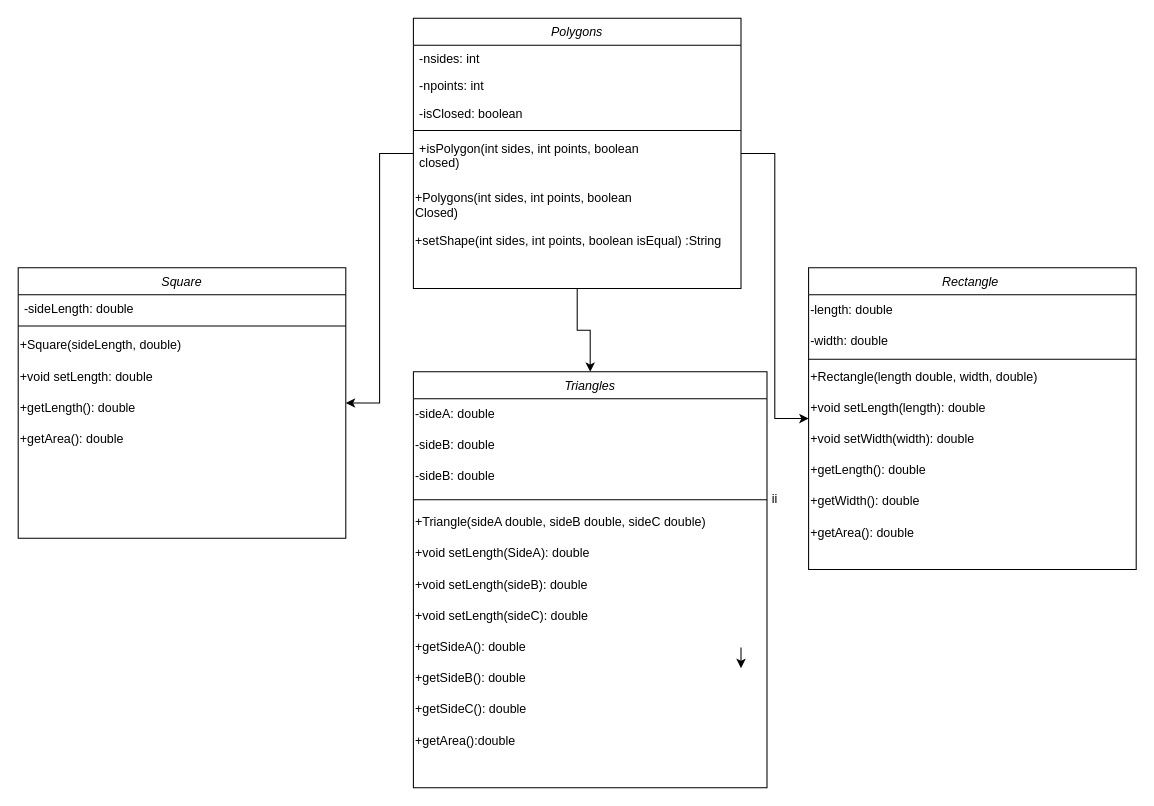
Before: Untitled Diagram.drawio in themonster12211/themonster12211, a draw.io diagram. Source tidied: cells renumbered, new cells numbered last; positions are measured from the earlier drawing's top-left corner, leaving out a move shared by most shapes. Both pictures are drawn from the tidied source at 104%, with x=0, y=0 at pixel (18, 18).
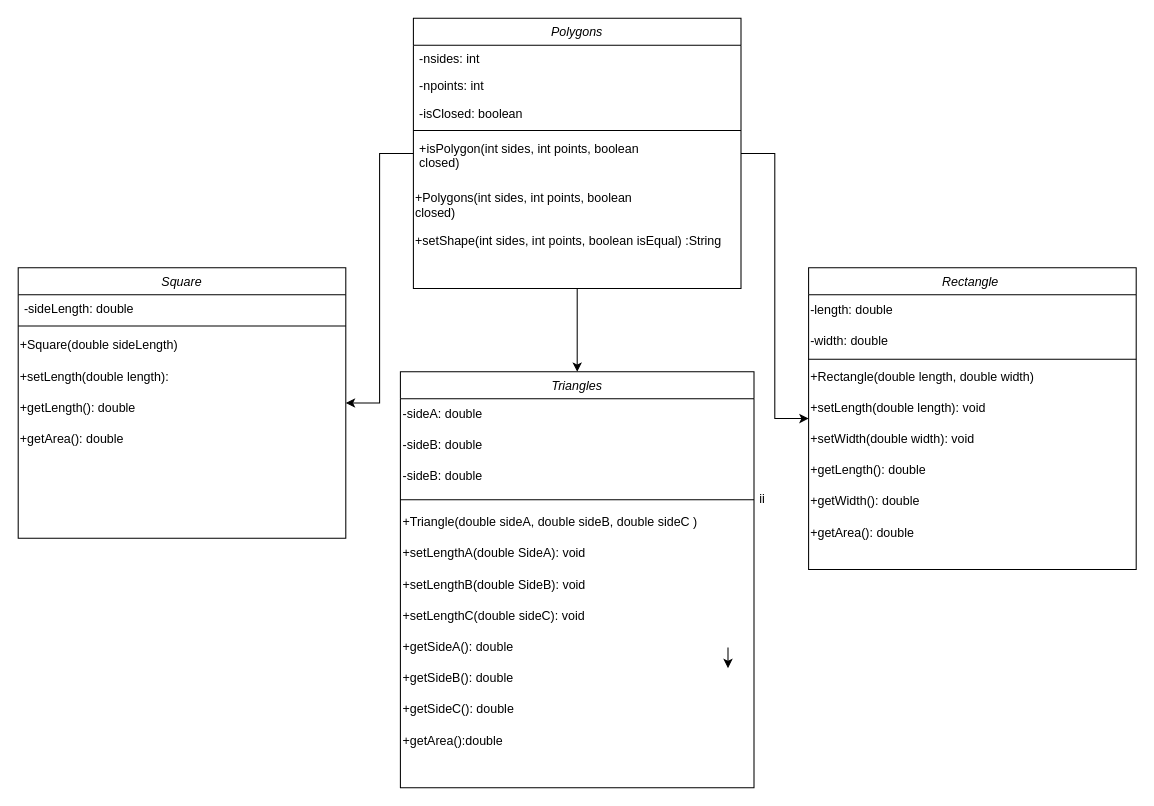
The same page after the edit.

The change refers to these unchanged cells:
```xml
<mxCell id="5" value="Polygons" style="swimlane;fontStyle=2;align=center;verticalAlign=top;horizontal=1;startSize=26;rounded=0;shadow=0;strokeWidth=1;" parent="1" vertex="1">
  <mxGeometry x="380" width="315" height="260" as="geometry" />
</mxCell>
<mxCell id="13" value="Rectangle " style="swimlane;fontStyle=2;align=center;verticalAlign=top;horizontal=1;startSize=26;rounded=0;shadow=0;strokeWidth=1;" parent="1" vertex="1">
  <mxGeometry x="760" y="240" width="315" height="290" as="geometry" />
</mxCell>
<mxCell id="23" value="Square" style="swimlane;fontStyle=2;align=center;verticalAlign=top;horizontal=1;startSize=26;rounded=0;shadow=0;strokeWidth=1;" parent="1" vertex="1">
  <mxGeometry y="240" width="315" height="260" as="geometry" />
</mxCell>
```

The edit, as a diff of the source:
```diff
@@
-    <mxCell id="11" value="&lt;div style=&quot;&quot;&gt;&lt;span style=&quot;background-color: initial;&quot;&gt;+Polygons(int sides, int points, boolean&amp;nbsp;&lt;/span&gt;&lt;/div&gt;Closed)" style="text;html=1;align=left;verticalAlign=middle;strokeColor=none;fillColor=none;" parent="5" vertex="1">
+    <mxCell id="11" value="&lt;div style=&quot;&quot;&gt;&lt;span style=&quot;background-color: initial;&quot;&gt;+Polygons(int sides, int points, boolean&amp;nbsp;&lt;/span&gt;&lt;/div&gt;closed)" style="text;html=1;align=left;verticalAlign=middle;strokeColor=none;fillColor=none;" parent="5" vertex="1">
       <mxGeometry y="160" width="315" height="40" as="geometry" />
     </mxCell>
@@
-    <mxCell id="17" value="+Rectangle(length double, width, double)" style="text;html=1;align=left;verticalAlign=middle;strokeColor=none;fillColor=none;" parent="13" vertex="1">
+    <mxCell id="17" value="+Rectangle(double length, double width)" style="text;html=1;align=left;verticalAlign=middle;strokeColor=none;fillColor=none;" parent="13" vertex="1">
       <mxGeometry y="90" width="315" height="30" as="geometry" />
     </mxCell>
-    <mxCell id="18" value="+void setLength(length): double" style="text;html=1;align=left;verticalAlign=middle;strokeColor=none;fillColor=none;" parent="13" vertex="1">
+    <mxCell id="18" value="+setLength(double length): void" style="text;html=1;align=left;verticalAlign=middle;strokeColor=none;fillColor=none;" parent="13" vertex="1">
       <mxGeometry y="120" width="315" height="30" as="geometry" />
     </mxCell>
-    <mxCell id="19" value="+void setWidth(width): double" style="text;html=1;align=left;verticalAlign=middle;strokeColor=none;fillColor=none;" parent="13" vertex="1">
+    <mxCell id="19" value="+setWidth(double width): void" style="text;html=1;align=left;verticalAlign=middle;strokeColor=none;fillColor=none;" parent="13" vertex="1">
       <mxGeometry y="150" width="315" height="30" as="geometry" />
     </mxCell>
@@
-    <mxCell id="26" value="+Square(sideLength, double)&lt;div style=&quot;&quot;&gt;&lt;/div&gt;" style="text;html=1;align=left;verticalAlign=middle;strokeColor=none;fillColor=none;" parent="23" vertex="1">
+    <mxCell id="26" value="+Square(double sideLength)&lt;div style=&quot;&quot;&gt;&lt;/div&gt;" style="text;html=1;align=left;verticalAlign=middle;strokeColor=none;fillColor=none;" parent="23" vertex="1">
       <mxGeometry y="60" width="315" height="30" as="geometry" />
     </mxCell>
-    <mxCell id="27" value="+void setLength: double" style="text;html=1;align=left;verticalAlign=middle;strokeColor=none;fillColor=none;" parent="23" vertex="1">
+    <mxCell id="27" value="+setLength(double length):&amp;nbsp;" style="text;html=1;align=left;verticalAlign=middle;strokeColor=none;fillColor=none;" parent="23" vertex="1">
       <mxGeometry y="90" width="315" height="30" as="geometry" />
     </mxCell>
@@
     <mxCell id="30" value="Triangles" style="swimlane;fontStyle=2;align=center;verticalAlign=top;horizontal=1;startSize=26;rounded=0;shadow=0;strokeWidth=1;" parent="1" vertex="1">
-      <mxGeometry x="380" y="340" width="340" height="400" as="geometry" />
+      <mxGeometry x="367.5" y="340" width="340" height="400" as="geometry" />
     </mxCell>
@@
-    <mxCell id="35" value="+Triangle(sideA double, sideB double, sideC double)&lt;div style=&quot;&quot;&gt;&lt;/div&gt;" style="text;html=1;align=left;verticalAlign=middle;strokeColor=none;fillColor=none;" parent="30" vertex="1">
+    <mxCell id="35" value="+Triangle(double sideA, double sideB, double sideC )&lt;div style=&quot;&quot;&gt;&lt;/div&gt;" style="text;html=1;align=left;verticalAlign=middle;strokeColor=none;fillColor=none;" parent="30" vertex="1">
       <mxGeometry y="130" width="340" height="30" as="geometry" />
     </mxCell>
@@
-    <mxCell id="37" value="+void setLength(SideA): double" style="text;html=1;align=left;verticalAlign=middle;strokeColor=none;fillColor=none;" parent="30" vertex="1">
+    <mxCell id="37" value="+setLengthA(double SideA): void" style="text;html=1;align=left;verticalAlign=middle;strokeColor=none;fillColor=none;" parent="30" vertex="1">
       <mxGeometry y="160" width="340" height="30" as="geometry" />
     </mxCell>
-    <mxCell id="38" value="+void setLength(sideB): double" style="text;html=1;align=left;verticalAlign=middle;strokeColor=none;fillColor=none;" parent="30" vertex="1">
+    <mxCell id="38" value="+setLengthB(double SideB): void" style="text;html=1;align=left;verticalAlign=middle;strokeColor=none;fillColor=none;" parent="30" vertex="1">
       <mxGeometry y="190" width="340" height="30" as="geometry" />
     </mxCell>
-    <mxCell id="39" value="+void setLength(sideC): double" style="text;html=1;align=left;verticalAlign=middle;strokeColor=none;fillColor=none;" parent="30" vertex="1">
+    <mxCell id="39" value="+setLengthC(double sideC): void" style="text;html=1;align=left;verticalAlign=middle;strokeColor=none;fillColor=none;" parent="30" vertex="1">
       <mxGeometry y="220" width="340" height="30" as="geometry" />
     </mxCell>
```
